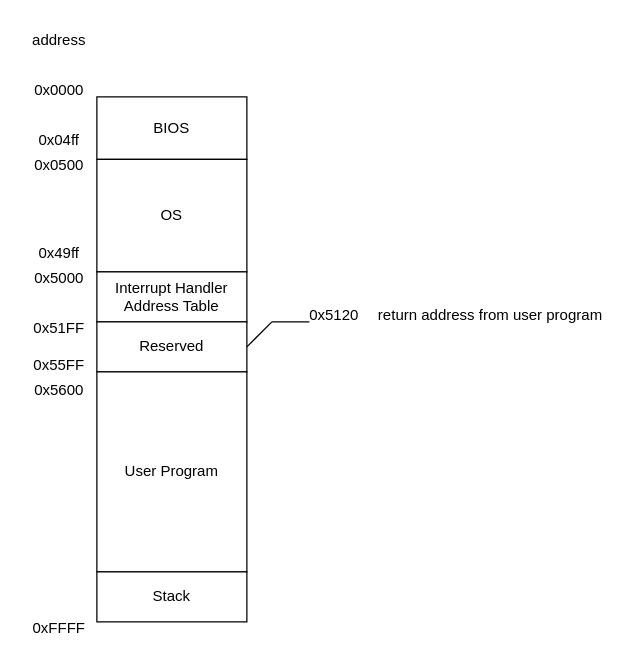
Earlier version of the draw.io diagram doc/Memory_map.drawio (terapotan/NC16). Source tidied: cells renumbered, new cells numbered last; positions are measured from the earlier drawing's top-left corner, leaving out a move shared by most shapes. Both pictures are drawn from the tidied source at 125%, with x=0, y=0 at pixel (21, 21).
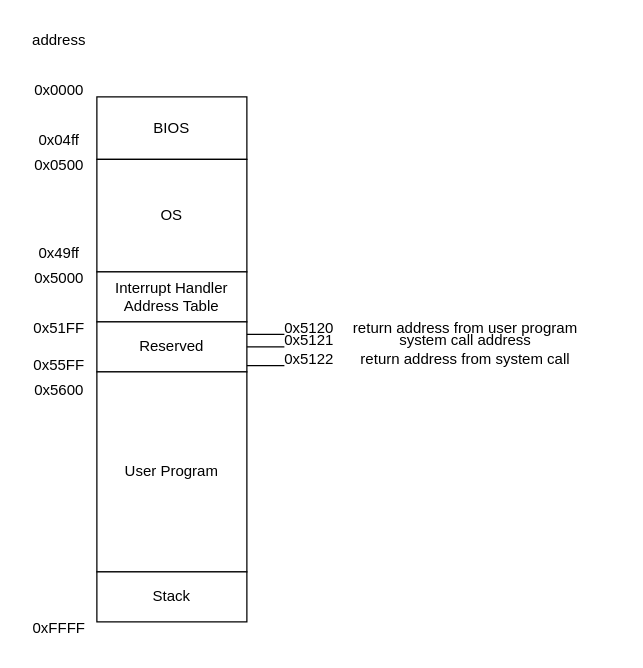
The same diagram, later.

The change refers to these unchanged cells:
```xml
<mxCell id="12" value="Reserved" style="rounded=0;whiteSpace=wrap;html=1;fontFamily=Source Han Sans VF;" parent="1" vertex="1">
  <mxGeometry x="60" y="240" width="120" height="40" as="geometry" />
</mxCell>
```

The edit, as a diff of the source:
```diff
@@
-    <mxCell id="18" style="endArrow=none;html=1;rounded=0;exitX=1;exitY=0.5;exitDx=0;exitDy=0;" parent="1" edge="1" source="12">
-      <mxGeometry relative="1" as="geometry">
-        <mxPoint x="200" y="240" as="targetPoint" />
-      </mxGeometry>
-    </mxCell>
     <mxCell id="19" style="endArrow=none;html=1;rounded=0;" parent="1" edge="1">
       <mxGeometry relative="1" as="geometry">
-        <mxPoint x="200" y="240" as="sourcePoint" />
-        <mxPoint x="230" y="240" as="targetPoint" />
+        <mxPoint x="180" y="250" as="sourcePoint" />
+        <mxPoint x="210" y="250" as="targetPoint" />
       </mxGeometry>
     </mxCell>
     <mxCell id="20" value="0x5120" style="text;html=1;whiteSpace=wrap;strokeColor=none;fillColor=none;align=center;verticalAlign=middle;rounded=0;fontFamily=Source Han Sans VF;" parent="1" vertex="1">
-      <mxGeometry x="220" y="220" width="60" height="30" as="geometry" />
+      <mxGeometry x="200" y="230" width="60" height="30" as="geometry" />
     </mxCell>
     <mxCell id="21" value="return address from user program" style="text;html=1;whiteSpace=wrap;strokeColor=none;fillColor=none;align=center;verticalAlign=middle;rounded=0;fontFamily=Source Han Sans VF;" parent="1" vertex="1">
-      <mxGeometry x="270" y="220" width="210" height="30" as="geometry" />
+      <mxGeometry x="250" y="230" width="210" height="30" as="geometry" />
     </mxCell>
+    <mxCell id="22" style="endArrow=none;html=1;rounded=0;" parent="1" edge="1">
+      <mxGeometry relative="1" as="geometry">
+        <mxPoint x="180" y="260" as="sourcePoint" />
+        <mxPoint x="210" y="260" as="targetPoint" />
+      </mxGeometry>
+    </mxCell>
+    <mxCell id="23" value="0x5121" style="text;html=1;whiteSpace=wrap;strokeColor=none;fillColor=none;align=center;verticalAlign=middle;rounded=0;fontFamily=Source Han Sans VF;" parent="1" vertex="1">
+      <mxGeometry x="200" y="240" width="60" height="30" as="geometry" />
+    </mxCell>
+    <mxCell id="24" value="system call address" style="text;html=1;whiteSpace=wrap;strokeColor=none;fillColor=none;align=center;verticalAlign=middle;rounded=0;fontFamily=Source Han Sans VF;" parent="1" vertex="1">
+      <mxGeometry x="250" y="240" width="210" height="30" as="geometry" />
+    </mxCell>
+    <mxCell id="25" style="endArrow=none;html=1;rounded=0;" parent="1" edge="1">
+      <mxGeometry relative="1" as="geometry">
+        <mxPoint x="180" y="275" as="sourcePoint" />
+        <mxPoint x="210" y="275" as="targetPoint" />
+      </mxGeometry>
+    </mxCell>
+    <mxCell id="26" value="0x5122" style="text;html=1;whiteSpace=wrap;strokeColor=none;fillColor=none;align=center;verticalAlign=middle;rounded=0;fontFamily=Source Han Sans VF;" parent="1" vertex="1">
+      <mxGeometry x="200" y="255" width="60" height="30" as="geometry" />
+    </mxCell>
+    <mxCell id="27" value="return address from system call" style="text;html=1;whiteSpace=wrap;strokeColor=none;fillColor=none;align=center;verticalAlign=middle;rounded=0;fontFamily=Source Han Sans VF;" parent="1" vertex="1">
+      <mxGeometry x="250" y="255" width="210" height="30" as="geometry" />
+    </mxCell>
```
